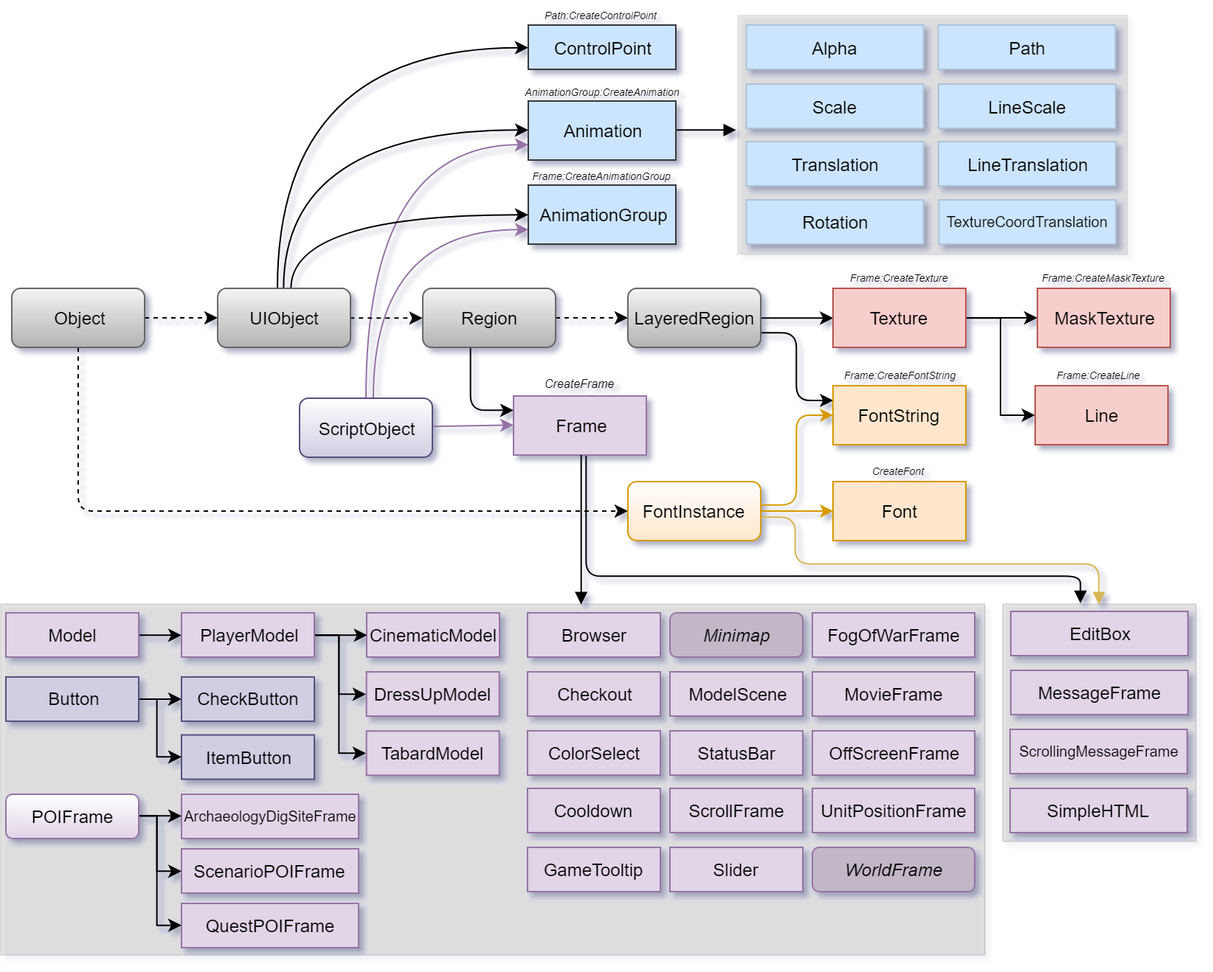
Before: Resources/WidgetHierarchy.png, a diagram exported from draw.io (Ketho/BlizzardInterfaceResources). Source tidied: cells renumbered, new cells last; positions are measured from the earlier drawing's top-left corner, leaving out a move shared by most shapes.
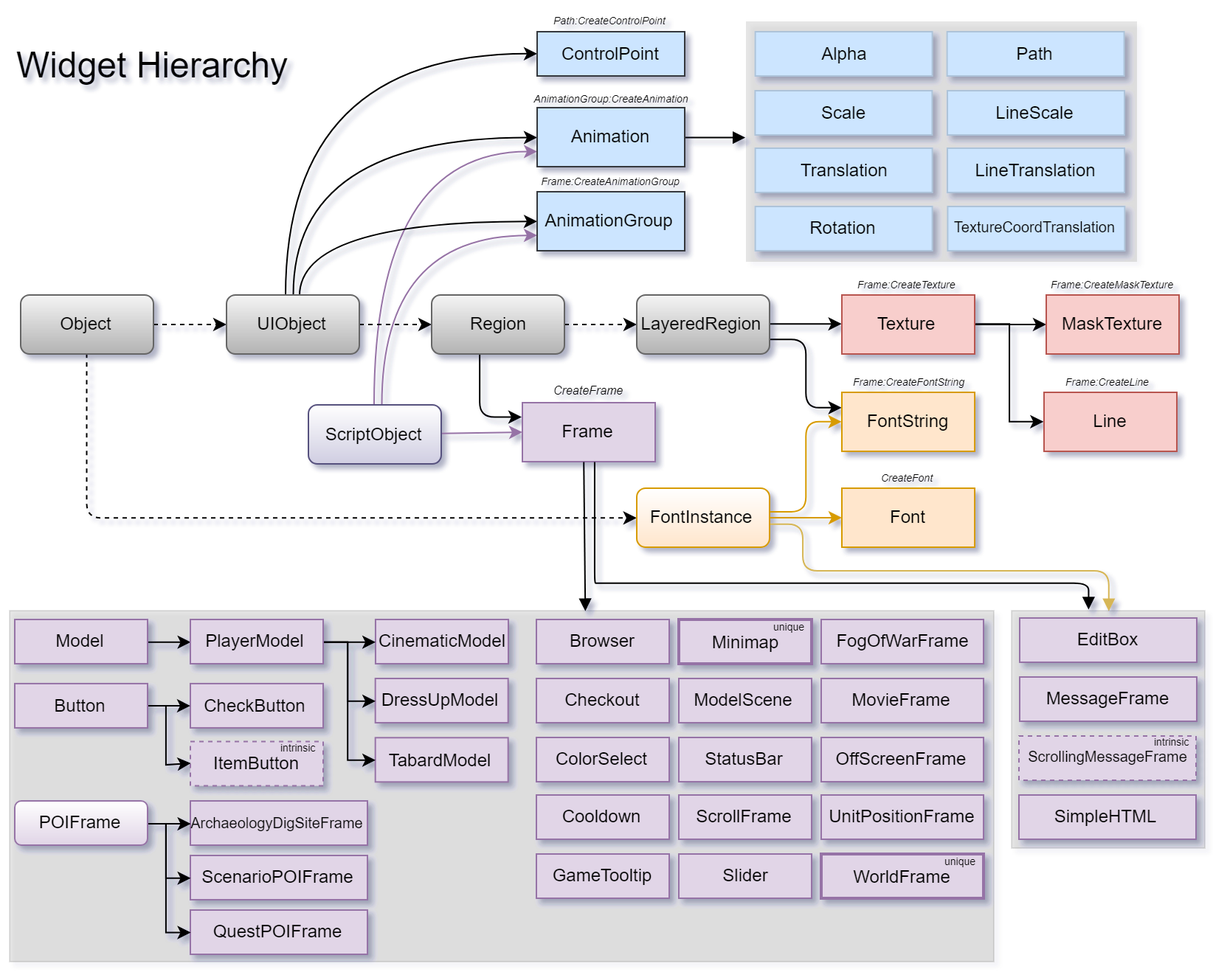
After the change.

Change to the diagram source:
```diff
@@ -208,7 +208,7 @@
     <mxCell id="66" value="EditBox&lt;br&gt;" style="rounded=0;whiteSpace=wrap;html=1;shadow=0;glass=0;comic=0;strokeColor=#9673a6;fillColor=#e1d5e7;flipV=1;" parent="1" vertex="1">
       <mxGeometry x="684.5" y="414" width="120" height="30" as="geometry" />
     </mxCell>
-    <mxCell id="67" value="ScrollingMessageFrame&lt;br style=&quot;font-size: 10px;&quot;&gt;" style="rounded=0;whiteSpace=wrap;html=1;shadow=0;glass=0;comic=0;strokeColor=#9673a6;fillColor=#e1d5e7;fontSize=10;" parent="1" vertex="1">
+    <mxCell id="67" value="ScrollingMessageFrame&lt;br style=&quot;font-size: 10px;&quot;&gt;" style="rounded=0;whiteSpace=wrap;html=1;shadow=0;glass=0;comic=0;strokeColor=#9673a6;fillColor=#e1d5e7;fontSize=10;dashed=1;" parent="1" vertex="1">
       <mxGeometry x="684" y="494" width="120" height="30" as="geometry" />
     </mxCell>
     <mxCell id="68" style="rounded=0;whiteSpace=wrap;html=1;fillColor=#000000;opacity=10;" parent="1" vertex="1">
@@ -232,10 +232,10 @@
     <mxCell id="74" value="ArchaeologyDigSiteFrame&lt;br style=&quot;font-size: 10px;&quot;&gt;" style="rounded=0;whiteSpace=wrap;html=1;shadow=0;glass=0;comic=0;strokeColor=#9673a6;fillColor=#e1d5e7;fontSize=10;flipH=1;flipV=1;" parent="1" vertex="1">
       <mxGeometry x="122.5" y="538" width="120" height="30" as="geometry" />
     </mxCell>
-    <mxCell id="75" value="Minimap" style="rounded=1;whiteSpace=wrap;html=1;fillColor=#C2B7C7;strokeColor=#9673a6;fontStyle=2;flipH=1;" parent="1" vertex="1">
+    <mxCell id="75" value="Minimap" style="rounded=0;whiteSpace=wrap;html=1;fillColor=#E1D5E7;strokeColor=#9673a6;fontStyle=0;flipH=1;strokeWidth=2;" parent="1" vertex="1">
       <mxGeometry x="453.5" y="415" width="90" height="30" as="geometry" />
     </mxCell>
-    <mxCell id="76" value="WorldFrame" style="rounded=1;whiteSpace=wrap;html=1;fillColor=#C2B7C7;strokeColor=#9673a6;fontStyle=2;flipH=1;" parent="1" vertex="1">
+    <mxCell id="76" value="WorldFrame" style="rounded=0;whiteSpace=wrap;html=1;fillColor=#E1D5E7;strokeColor=#9673a6;fontStyle=0;flipH=1;strokeWidth=2;" parent="1" vertex="1">
       <mxGeometry x="550" y="574" width="110" height="30" as="geometry" />
     </mxCell>
     <mxCell id="77" value="Browser&lt;br&gt;" style="rounded=0;whiteSpace=wrap;html=1;shadow=0;glass=0;comic=0;strokeColor=#9673a6;fillColor=#e1d5e7;flipH=1;" parent="1" vertex="1">
@@ -271,10 +271,10 @@
     <mxCell id="87" value="Model&lt;br&gt;" style="rounded=0;whiteSpace=wrap;html=1;shadow=0;glass=0;comic=0;strokeColor=#9673a6;fillColor=#e1d5e7;" parent="1" vertex="1">
       <mxGeometry x="3.5" y="415" width="90" height="30" as="geometry" />
     </mxCell>
-    <mxCell id="88" value="ItemButton&lt;br&gt;" style="rounded=0;whiteSpace=wrap;html=1;shadow=0;glass=0;comic=0;strokeColor=#56517e;fillColor=#d0cee2;" parent="1" vertex="1">
+    <mxCell id="88" value="ItemButton&lt;br&gt;" style="rounded=0;whiteSpace=wrap;html=1;shadow=0;glass=0;comic=0;strokeColor=#9673A6;fillColor=#E1D5E7;dashed=1;" parent="1" vertex="1">
       <mxGeometry x="122.5" y="497.8" width="90" height="30" as="geometry" />
     </mxCell>
-    <mxCell id="89" value="CheckButton&lt;br&gt;" style="rounded=0;whiteSpace=wrap;html=1;shadow=0;glass=0;comic=0;strokeColor=#56517e;fillColor=#d0cee2;" parent="1" vertex="1">
+    <mxCell id="89" value="CheckButton&lt;br&gt;" style="rounded=0;whiteSpace=wrap;html=1;shadow=0;glass=0;comic=0;strokeColor=#9673A6;fillColor=#E1D5E7;" parent="1" vertex="1">
       <mxGeometry x="122.5" y="458.5" width="90" height="30" as="geometry" />
     </mxCell>
     <mxCell id="90" style="edgeStyle=orthogonalEdgeStyle;rounded=0;jettySize=auto;html=1;" parent="1" edge="1" source="92" target="89">
@@ -288,7 +288,7 @@
         </Array>
       </mxGeometry>
     </mxCell>
-    <mxCell id="92" value="Button&lt;br&gt;" style="rounded=0;whiteSpace=wrap;html=1;shadow=0;glass=0;comic=0;strokeColor=#56517e;fillColor=#d0cee2;" parent="1" vertex="1">
+    <mxCell id="92" value="Button&lt;br&gt;" style="rounded=0;whiteSpace=wrap;html=1;shadow=0;glass=0;comic=0;strokeColor=#9673A6;fillColor=#E1D5E7;" parent="1" vertex="1">
       <mxGeometry x="3.5" y="458.5" width="90" height="30" as="geometry" />
     </mxCell>
     <mxCell id="93" value="TabardModel&lt;br&gt;" style="rounded=0;whiteSpace=wrap;html=1;shadow=0;glass=0;comic=0;strokeColor=#9673a6;fillColor=#e1d5e7;" parent="1" vertex="1">
@@ -347,14 +347,29 @@
     <mxCell id="104" value="POIFrame" style="rounded=1;whiteSpace=wrap;html=1;fillColor=#e1d5e7;strokeColor=#9673a6;gradientDirection=north;gradientColor=#ffffff;" parent="1" vertex="1">
       <mxGeometry x="3.5" y="538" width="90" height="30" as="geometry" />
     </mxCell>
-    <mxCell id="105" style="edgeStyle=orthogonalEdgeStyle;rounded=0;jettySize=auto;html=1;endArrow=block;endFill=1;" parent="1" edge="1" source="27">
+    <mxCell id="105" style="edgeStyle=orthogonalEdgeStyle;rounded=0;orthogonalLoop=1;jettySize=auto;html=1;endArrow=block;endFill=1;" parent="1" edge="1">
       <mxGeometry relative="1" as="geometry">
-        <mxPoint x="393" y="409" as="targetPoint" />
+        <mxPoint x="389.6" y="308" as="sourcePoint" />
+        <mxPoint x="390" y="409" as="targetPoint" />
         <Array as="points">
-          <mxPoint x="393" y="358" />
-          <mxPoint x="393" y="409" />
+          <mxPoint x="390" y="409" />
         </Array>
       </mxGeometry>
     </mxCell>
+    <mxCell id="106" value="&lt;font style=&quot;font-size: 24px&quot;&gt;Widget Hierarchy&lt;/font&gt;" style="text;html=1;align=left;verticalAlign=top;spacingTop=-4;" parent="1" vertex="1">
+      <mxGeometry x="3.5" y="23" width="194" height="17" as="geometry" />
+    </mxCell>
+    <mxCell id="107" value="intrinsic" style="text;html=1;align=left;verticalAlign=top;spacingTop=-4;fontSize=7;fontStyle=0;" parent="1" vertex="1">
+      <mxGeometry x="774" y="492.5" width="34" height="7" as="geometry" />
+    </mxCell>
+    <mxCell id="108" value="intrinsic" style="text;html=1;align=left;verticalAlign=top;spacingTop=-4;fontSize=7;fontStyle=0;" parent="1" vertex="1">
+      <mxGeometry x="182.5" y="496" width="34" height="7" as="geometry" />
+    </mxCell>
+    <mxCell id="109" value="unique" style="text;html=1;align=left;verticalAlign=top;spacingTop=-4;fontSize=7;fontStyle=0;" parent="1" vertex="1">
+      <mxGeometry x="516" y="414" width="31" height="7" as="geometry" />
+    </mxCell>
+    <mxCell id="110" value="unique" style="text;html=1;align=left;verticalAlign=top;spacingTop=-4;fontSize=7;fontStyle=0;" parent="1" vertex="1">
+      <mxGeometry x="632" y="573" width="31" height="7" as="geometry" />
+    </mxCell>
   </root>
 </mxGraphModel>
```
